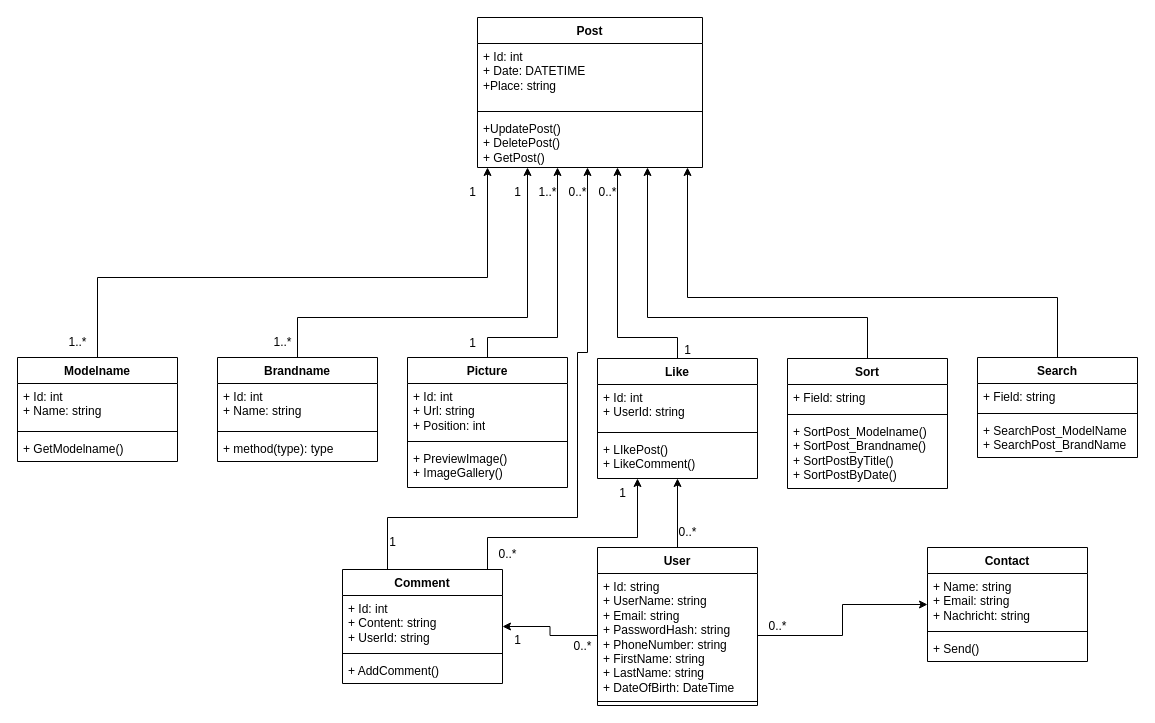
davidP1278/Carsdex keeps this draw.io diagram as Planung/UML_Carsdex.drawio. Above is the earlier version. Source tidied: cells renumbered, new cells numbered last; positions are measured from the earlier drawing's top-left corner, leaving out a move shared by most shapes. Both pictures are drawn from the tidied source at 100%, with x=0, y=0 at pixel (17, 17).
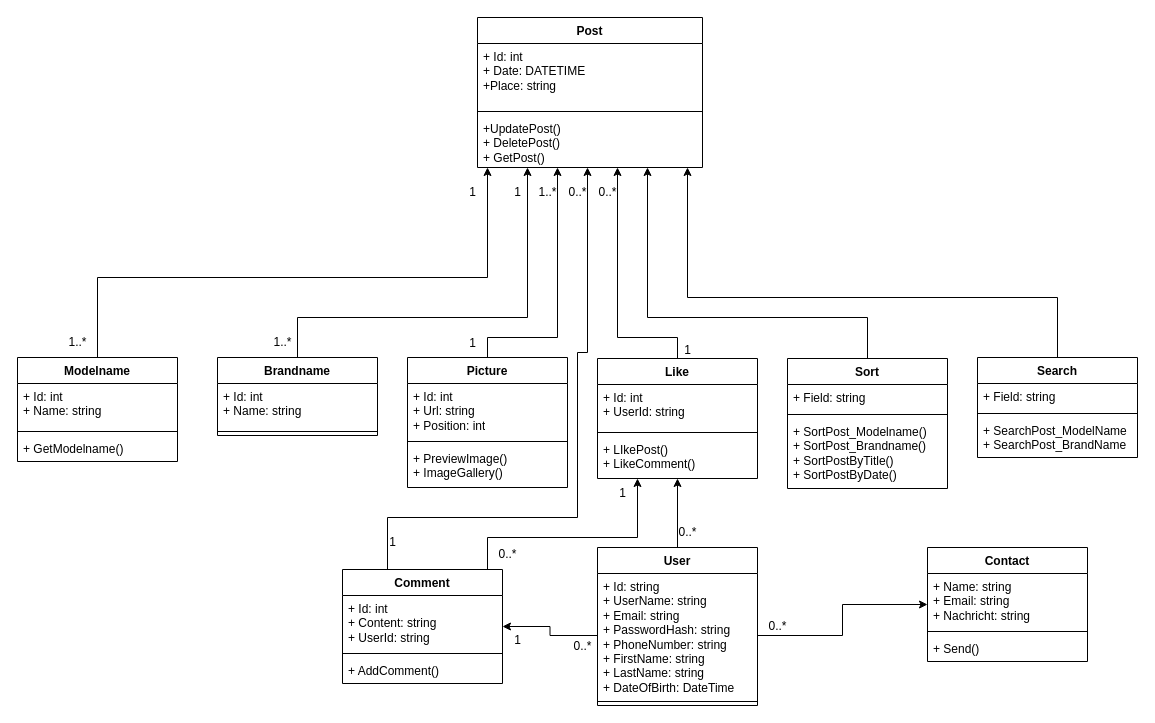
Above is the later version.

Commit message (it also covers changes not shown here):
ERD fertig erstellt

The edit, as a diff of the source:
```diff
@@
     <mxCell id="12" value="Brandname" style="swimlane;fontStyle=1;align=center;verticalAlign=top;horizontal=1;startSize=26;whiteSpace=wrap;html=1;" parent="1" vertex="1">
-      <mxGeometry x="200" y="340" width="160" height="104" as="geometry" />
+      <mxGeometry x="200" y="340" width="160" height="78" as="geometry" />
     </mxCell>
@@
-    <mxCell id="15" value="+ method(type): type" style="text;strokeColor=none;fillColor=none;align=left;verticalAlign=top;spacingLeft=4;spacingRight=4;overflow=hidden;whiteSpace=wrap;html=1;" parent="12" vertex="1">
-      <mxGeometry y="78" width="160" height="26" as="geometry" />
-    </mxCell>
```
